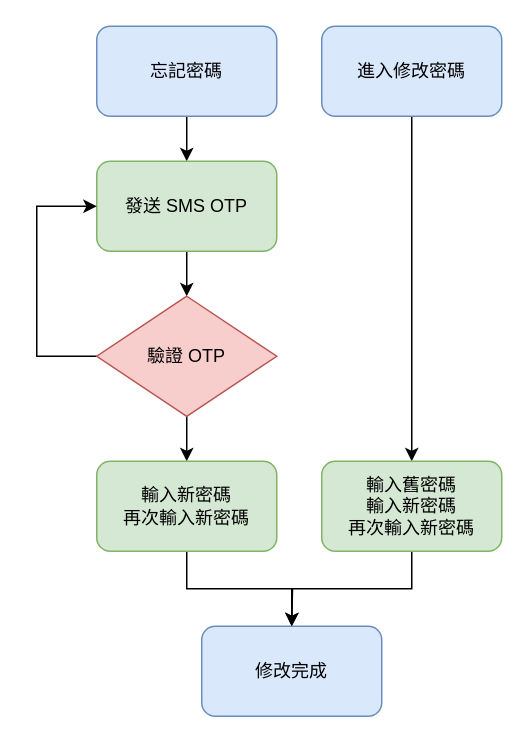
Before: EKPay_Reset_Password.drawio in robbywu-linkage/robbywu-linkage, a draw.io diagram. Source tidied: cells renumbered, new cells numbered last; positions are measured from the earlier drawing's top-left corner, leaving out a move shared by most shapes. Both pictures are drawn from the tidied source at 150%, with x=0, y=0 at pixel (36, 26).
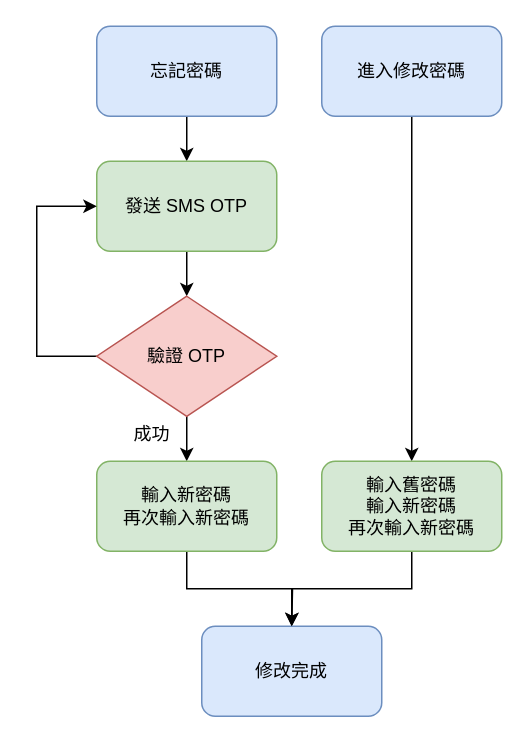
After the change.

What changed in the source:
```diff
@@
 <mxGraphModel>
   <root>
     <mxCell id="0" />
     <mxCell id="1" parent="0" />
     <mxCell id="2" style="edgeStyle=orthogonalEdgeStyle;rounded=0;jettySize=auto;html=1;" parent="1" edge="1" source="3" target="5">
       <mxGeometry relative="1" as="geometry" />
     </mxCell>
     <mxCell id="3" value="忘記密碼" style="rounded=1;whiteSpace=wrap;html=1;fillColor=#dae8fc;strokeColor=#6c8ebf;" parent="1" vertex="1">
       <mxGeometry x="40" width="120" height="60" as="geometry" />
     </mxCell>
     <mxCell id="4" style="edgeStyle=orthogonalEdgeStyle;rounded=0;jettySize=auto;html=1;" parent="1" edge="1" source="5" target="8">
       <mxGeometry relative="1" as="geometry" />
     </mxCell>
     <mxCell id="5" value="發送 SMS OTP" style="rounded=1;whiteSpace=wrap;html=1;fillColor=#d5e8d4;strokeColor=#82b366;" parent="1" vertex="1">
       <mxGeometry x="40" y="90" width="120" height="60" as="geometry" />
     </mxCell>
     <mxCell id="6" style="edgeStyle=orthogonalEdgeStyle;rounded=0;jettySize=auto;html=1;entryX=0;entryY=0.5;entryDx=0;entryDy=0;exitX=0;exitY=0.5;exitDx=0;exitDy=0;" parent="1" edge="1" source="8" target="5">
       <mxGeometry relative="1" as="geometry">
         <Array as="points">
           <mxPoint y="220" />
           <mxPoint y="120" />
         </Array>
       </mxGeometry>
     </mxCell>
     <mxCell id="7" style="edgeStyle=orthogonalEdgeStyle;rounded=0;jettySize=auto;html=1;" parent="1" edge="1" source="8" target="10">
       <mxGeometry relative="1" as="geometry" />
     </mxCell>
     <mxCell id="8" value="驗證 OTP" style="rhombus;whiteSpace=wrap;html=1;fillColor=#f8cecc;strokeColor=#b85450;" parent="1" vertex="1">
       <mxGeometry x="40" y="180" width="120" height="80" as="geometry" />
     </mxCell>
     <mxCell id="9" style="edgeStyle=orthogonalEdgeStyle;rounded=0;jettySize=auto;html=1;" parent="1" edge="1" source="10" target="11">
       <mxGeometry relative="1" as="geometry" />
     </mxCell>
     <mxCell id="10" value="輸入新密碼&lt;br&gt;再次輸入新密碼" style="rounded=1;whiteSpace=wrap;html=1;fillColor=#d5e8d4;strokeColor=#82b366;" parent="1" vertex="1">
       <mxGeometry x="40" y="290" width="120" height="60" as="geometry" />
     </mxCell>
     <mxCell id="11" value="修改完成" style="rounded=1;whiteSpace=wrap;html=1;fillColor=#dae8fc;strokeColor=#6c8ebf;" parent="1" vertex="1">
       <mxGeometry x="110" y="400" width="120" height="60" as="geometry" />
     </mxCell>
     <mxCell id="12" style="edgeStyle=orthogonalEdgeStyle;rounded=0;jettySize=auto;html=1;" parent="1" edge="1" source="13" target="15">
       <mxGeometry relative="1" as="geometry" />
     </mxCell>
     <mxCell id="13" value="進入修改密碼" style="rounded=1;whiteSpace=wrap;html=1;fillColor=#dae8fc;strokeColor=#6c8ebf;" parent="1" vertex="1">
       <mxGeometry x="190" width="120" height="60" as="geometry" />
     </mxCell>
     <mxCell id="14" style="edgeStyle=orthogonalEdgeStyle;rounded=0;jettySize=auto;html=1;exitX=0.5;exitY=1;exitDx=0;exitDy=0;" parent="1" edge="1" source="15">
       <mxGeometry relative="1" as="geometry">
         <mxPoint x="170" y="400" as="targetPoint" />
       </mxGeometry>
     </mxCell>
     <mxCell id="15" value="輸入舊密碼&lt;br&gt;輸入新密碼&lt;br&gt;再次輸入新密碼" style="rounded=1;whiteSpace=wrap;html=1;fillColor=#d5e8d4;strokeColor=#82b366;" parent="1" vertex="1">
       <mxGeometry x="190" y="290" width="120" height="60" as="geometry" />
     </mxCell>
+    <mxCell id="16" value="成功" style="text;html=1;strokeColor=none;fillColor=none;align=center;verticalAlign=middle;whiteSpace=wrap;rounded=0;" parent="1" vertex="1">
+      <mxGeometry x="47" y="257" width="60" height="30" as="geometry" />
+    </mxCell>
   </root>
 </mxGraphModel>
```
